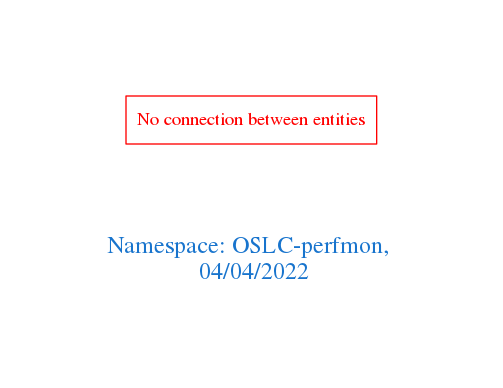
Earlier version of the Graphviz export downloads/OSLC-perfmon.png (arago/OGIT). Its source is kept beside it as downloads/OSLC-perfmon.dot.
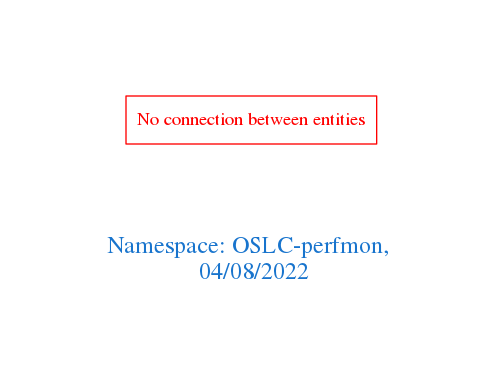
The same diagram one commit later.

What changed in the source:
```diff
@@ -1,7 +1,7 @@
 digraph OGIT_ontology {
  graph [ rankdir= LR,pad=1
 fontsize = 18,
-fontcolor= dodgerblue3,label = "\n\n\nNamespace: OSLC-perfmon, \n 04/04/2022"];
+fontcolor= dodgerblue3,label = "\n\n\nNamespace: OSLC-perfmon, \n 04/08/2022"];
 node[shape=polygon];
 edge [  color="gray81"];
 
```
